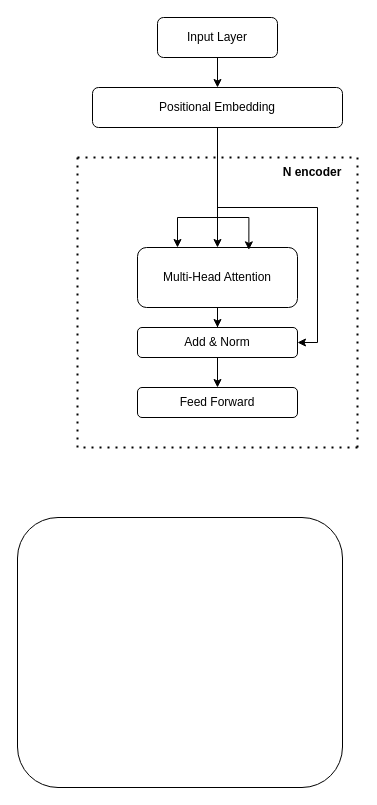
Earlier version of the draw.io diagram model-structure.drawio (yting27/drawio-examples). Source tidied: cells renumbered, new cells numbered last; positions are measured from the earlier drawing's top-left corner, leaving out a move shared by most shapes. Both pictures are drawn from the tidied source at 100%, with x=0, y=0 at pixel (17, 17).
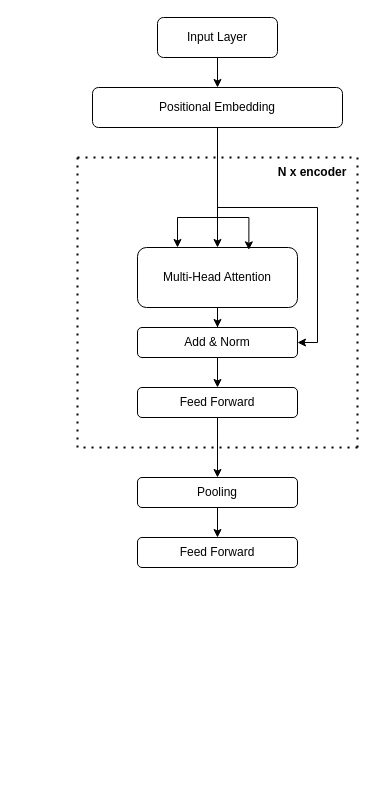
After the change.

The change refers to these unchanged cells:
```xml
<mxCell id="13" value="Feed Forward" style="rounded=1;whiteSpace=wrap;html=1;" parent="1" vertex="1">
  <mxGeometry x="120" y="370" width="160" height="30" as="geometry" />
</mxCell>
```

The edit, as a diff of the source:
```diff
@@
-    <mxCell id="8" style="rounded=1;whiteSpace=wrap;html=1;" parent="1" vertex="1">
-      <mxGeometry y="500" width="325" height="270" as="geometry" />
-    </mxCell>
@@
+    <mxCell id="20" style="edgeStyle=orthogonalEdgeStyle;rounded=0;jettySize=auto;html=1;entryX=0.5;entryY=0;entryDx=0;entryDy=0;" parent="1" edge="1" source="13" target="22">
+      <mxGeometry relative="1" as="geometry" />
+    </mxCell>
@@
-    <mxCell id="14" value="N encoder" style="text;html=1;strokeColor=none;fillColor=none;align=center;verticalAlign=middle;whiteSpace=wrap;rounded=0;fontStyle=1;" parent="1" vertex="1">
+    <mxCell id="14" value="N x encoder" style="text;html=1;strokeColor=none;fillColor=none;align=center;verticalAlign=middle;whiteSpace=wrap;rounded=0;fontStyle=1;" parent="1" vertex="1">
       <mxGeometry x="250" y="140" width="90" height="30" as="geometry" />
     </mxCell>
@@
+    <mxCell id="21" style="edgeStyle=orthogonalEdgeStyle;rounded=0;jettySize=auto;html=1;" parent="1" edge="1" source="22" target="23">
+      <mxGeometry relative="1" as="geometry" />
+    </mxCell>
+    <mxCell id="22" value="Pooling" style="rounded=1;whiteSpace=wrap;html=1;" parent="1" vertex="1">
+      <mxGeometry x="120" y="460" width="160" height="30" as="geometry" />
+    </mxCell>
+    <mxCell id="23" value="Feed Forward" style="rounded=1;whiteSpace=wrap;html=1;" parent="1" vertex="1">
+      <mxGeometry x="120" y="520" width="160" height="30" as="geometry" />
+    </mxCell>
```
